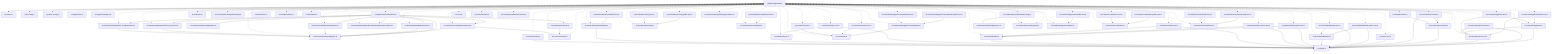
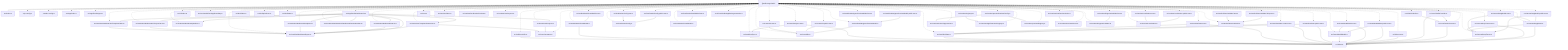
graph TD
  package__ankhorage_studio["@ankhorage/studio"]
  entrypoint_src_index_ts["src/index.ts"]
  package__ankhorage_studio --> entrypoint_src_index_ts
  module_knip_config_ts["knip.config.ts"]
  package__ankhorage_studio -.-> module_knip_config_ts
  module_paradox_config_ts["paradox.config.ts"]
  package__ankhorage_studio -.-> module_paradox_config_ts
  module_src_app_index_ts["src/app/index.ts"]
  package__ankhorage_studio -.-> module_src_app_index_ts
  module_src_app_StudioApp_tsx["src/app/StudioApp.tsx"]
  package__ankhorage_studio -.-> module_src_app_StudioApp_tsx
  module_src_app_StudioDashboard_tsx["src/app/StudioDashboard.tsx"]
  package__ankhorage_studio -.-> module_src_app_StudioDashboard_tsx
  module_src_app_StudioDashboard_tsx --> module_src_hooks_useProjects_ts
  module_src_app_StudioDashboard_tsx --> module_src_hooks_useTemplateSummaries_ts
  module_src_app_StudioDashboard_tsx --> module_src_modules_dashboard_platform_ts
  module_src_app_StudioDashboard_tsx --> module_src_modules_dashboard_search_ts
  module_src_app_StudioDashboard_tsx --> module_src_modules_dashboard_templates_ts
  module_src_app_StudioDashboard_tsx --> module_src_modules_dashboard_types_ts
  module_src_app_StudioDashboard_tsx --> module_src_modules_dashboard_ui_DashboardSectionHeader_tsx
  module_src_app_StudioDashboard_tsx --> module_src_modules_dashboard_ui_ProjectCard_tsx
  module_src_app_StudioDashboard_tsx --> module_src_modules_dashboard_ui_TemplateCard_tsx
  module_src_canvasDragModel_public_test_ts["src/canvasDragModel.public.test.ts"]
  package__ankhorage_studio -.-> module_src_canvasDragModel_public_test_ts
  module_src_canvasDragModel_public_test_ts --> module_src_canvasDragModel_ts
  module_src_canvasDragModel_public_test_ts --> module_src_canvasDropZones_ts
  module_src_canvasDragModel_test_ts["src/canvasDragModel.test.ts"]
  package__ankhorage_studio -.-> module_src_canvasDragModel_test_ts
  module_src_canvasDragModel_test_ts --> module_src_canvasDragModel_ts
  module_src_canvasDragModel_test_ts --> module_src_canvasDropZones_ts
  module_src_canvasDragModel_ts["src/canvasDragModel.ts"]
  package__ankhorage_studio -.-> module_src_canvasDragModel_ts
  module_src_canvasDragModel_ts --> module_src_canvasDropZones_ts
  module_src_canvasDragModel_ts --> module_src_index_ts
  module_src_canvasDropZones_test_ts["src/canvasDropZones.test.ts"]
  package__ankhorage_studio -.-> module_src_canvasDropZones_test_ts
  module_src_canvasDropZones_test_ts --> module_src_canvasDropZones_ts
  module_src_canvasDropZones_test_ts --> module_src_index_ts
  module_src_canvasDropZones_ts["src/canvasDropZones.ts"]
  package__ankhorage_studio -.-> module_src_canvasDropZones_ts
  module_src_canvasDropZones_ts --> module_src_index_ts
  module_src_cli_index_ts["src/cli/index.ts"]
  package__ankhorage_studio -.-> module_src_cli_index_ts
  module_src_core_constants_ts["src/core/constants.ts"]
  package__ankhorage_studio -.-> module_src_core_constants_ts
  module_src_core_StudioContext_ts["src/core/StudioContext.ts"]
  package__ankhorage_studio -.-> module_src_core_StudioContext_ts
  module_src_core_StudioContext_ts --> module_src_index_ts
  module_src_core_studioPackageBoundary_ts["src/core/studioPackageBoundary.ts"]
  package__ankhorage_studio -.-> module_src_core_studioPackageBoundary_ts
  module_src_core_StudioProvider_ts["src/core/StudioProvider.ts"]
  package__ankhorage_studio -.-> module_src_core_StudioProvider_ts
  module_src_core_StudioProvider_ts --> module_src_core_StudioContext_ts
  module_src_core_StudioProvider_ts --> module_src_index_ts
  module_src_dnd_index_ts["src/dnd/index.ts"]
  package__ankhorage_studio -.-> module_src_dnd_index_ts
  module_src_dnd_primitives_ts["src/dnd/primitives.ts"]
  package__ankhorage_studio -.-> module_src_dnd_primitives_ts
  module_src_dnd_state_ts["src/dnd/state.ts"]
  package__ankhorage_studio -.-> module_src_dnd_state_ts
  module_src_hooks_useProjects_ts["src/hooks/useProjects.ts"]
  package__ankhorage_studio -.-> module_src_hooks_useProjects_ts
  module_src_hooks_useProjects_ts --> module_src_core_constants_ts
  module_src_hooks_useTemplateSummaries_ts["src/hooks/useTemplateSummaries.ts"]
  package__ankhorage_studio -.-> module_src_hooks_useTemplateSummaries_ts
  module_src_hooks_useTemplateSummaries_ts --> module_src_core_constants_ts
  module_src_hooks_useTemplateSummaries_ts --> module_src_modules_dashboard_types_ts
  module_src_index_test_ts["src/index.test.ts"]
  package__ankhorage_studio -.-> module_src_index_test_ts
  module_src_index_test_ts --> module_src_index_ts
  module_src_index_ts["src/index.ts"]
  module_src_insertModalModel_public_test_ts["src/insertModalModel.public.test.ts"]
  package__ankhorage_studio -.-> module_src_insertModalModel_public_test_ts
  module_src_insertModalModel_public_test_ts --> module_src_index_ts
  module_src_insertModalModel_public_test_ts --> module_src_insertModalModel_ts
  module_src_insertModalModel_test_ts["src/insertModalModel.test.ts"]
  package__ankhorage_studio -.-> module_src_insertModalModel_test_ts
  module_src_insertModalModel_test_ts --> module_src_index_ts
  module_src_insertModalModel_test_ts --> module_src_insertModalModel_ts
  module_src_insertModalModel_ts["src/insertModalModel.ts"]
  package__ankhorage_studio -.-> module_src_insertModalModel_ts
  module_src_insertModalModel_ts --> module_src_index_ts
  module_src_localizationConfig_public_test_ts["src/localizationConfig.public.test.ts"]
  package__ankhorage_studio -.-> module_src_localizationConfig_public_test_ts
  module_src_localizationConfig_public_test_ts --> module_src_localizationConfig_ts
  module_src_localizationConfig_test_ts["src/localizationConfig.test.ts"]
  package__ankhorage_studio -.-> module_src_localizationConfig_test_ts
  module_src_localizationConfig_test_ts --> module_src_localizationConfig_ts
  module_src_localizationConfig_ts["src/localizationConfig.ts"]
  package__ankhorage_studio -.-> module_src_localizationConfig_ts
  module_src_localizationPanelModel_test_ts["src/localizationPanelModel.test.ts"]
  package__ankhorage_studio -.-> module_src_localizationPanelModel_test_ts
  module_src_localizationPanelModel_test_ts --> module_src_localizationPanelModel_ts
  module_src_localizationPanelModel_ts["src/localizationPanelModel.ts"]
  package__ankhorage_studio -.-> module_src_localizationPanelModel_ts
  module_src_manifestNavigatorPreviewModel_public_test_ts["src/manifestNavigatorPreviewModel.public.test.ts"]
  package__ankhorage_studio -.-> module_src_manifestNavigatorPreviewModel_public_test_ts
  module_src_manifestNavigatorPreviewModel_public_test_ts --> module_src_manifestNavigatorPreviewModel_ts
  module_src_manifestNavigatorPreviewModel_test_ts["src/manifestNavigatorPreviewModel.test.ts"]
  package__ankhorage_studio -.-> module_src_manifestNavigatorPreviewModel_test_ts
  module_src_manifestNavigatorPreviewModel_test_ts --> module_src_manifestNavigatorPreviewModel_ts
  module_src_manifestNavigatorPreviewModel_ts["src/manifestNavigatorPreviewModel.ts"]
  package__ankhorage_studio -.-> module_src_manifestNavigatorPreviewModel_ts
  module_src_manifestNavigatorPreviewModel_ts --> module_src_routeUtils_ts
  module_src_manifestState_public_test_ts["src/manifestState.public.test.ts"]
  package__ankhorage_studio -.-> module_src_manifestState_public_test_ts
  module_src_manifestState_public_test_ts --> module_src_index_ts
  module_src_manifestState_public_test_ts --> module_src_manifestState_ts
  module_src_manifestState_routes_test_ts["src/manifestState.routes.test.ts"]
  package__ankhorage_studio -.-> module_src_manifestState_routes_test_ts
  module_src_manifestState_routes_test_ts --> module_src_index_ts
  module_src_manifestState_routes_test_ts --> module_src_manifestState_ts
  module_src_manifestState_test_ts["src/manifestState.test.ts"]
  package__ankhorage_studio -.-> module_src_manifestState_test_ts
  module_src_manifestState_test_ts --> module_src_index_ts
  module_src_manifestState_test_ts --> module_src_manifestState_ts
  module_src_manifestState_ts["src/manifestState.ts"]
  package__ankhorage_studio -.-> module_src_manifestState_ts
  module_src_manifestState_ts --> module_src_index_ts
  module_src_manifestSync_test_ts["src/manifestSync.test.ts"]
  package__ankhorage_studio -.-> module_src_manifestSync_test_ts
  module_src_manifestSync_test_ts --> module_src_index_ts
  module_src_manifestSync_test_ts --> module_src_manifestSync_ts
  module_src_manifestSync_ts["src/manifestSync.ts"]
  package__ankhorage_studio -.-> module_src_manifestSync_ts
  module_src_manifestSync_ts --> module_src_index_ts
  module_src_modules_dashboard_platform_ts["src/modules/dashboard/platform.ts"]
  package__ankhorage_studio -.-> module_src_modules_dashboard_platform_ts
  module_src_modules_dashboard_search_ts["src/modules/dashboard/search.ts"]
  package__ankhorage_studio -.-> module_src_modules_dashboard_search_ts
  module_src_modules_dashboard_search_ts --> module_src_modules_dashboard_types_ts
  module_src_modules_dashboard_templates_ts["src/modules/dashboard/templates.ts"]
  package__ankhorage_studio -.-> module_src_modules_dashboard_templates_ts
  module_src_modules_dashboard_templates_ts --> module_src_modules_dashboard_types_ts
  module_src_modules_dashboard_types_ts["src/modules/dashboard/types.ts"]
  package__ankhorage_studio -.-> module_src_modules_dashboard_types_ts
  module_src_modules_dashboard_ui_DashboardSectionHeader_tsx["src/modules/dashboard/ui/DashboardSectionHeader.tsx"]
  package__ankhorage_studio -.-> module_src_modules_dashboard_ui_DashboardSectionHeader_tsx
  module_src_modules_dashboard_ui_ProjectCard_tsx["src/modules/dashboard/ui/ProjectCard.tsx"]
  package__ankhorage_studio -.-> module_src_modules_dashboard_ui_ProjectCard_tsx
  module_src_modules_dashboard_ui_ProjectCard_tsx --> module_src_modules_dashboard_types_ts
  module_src_modules_dashboard_ui_TemplateCard_tsx["src/modules/dashboard/ui/TemplateCard.tsx"]
  package__ankhorage_studio -.-> module_src_modules_dashboard_ui_TemplateCard_tsx
  module_src_modules_dashboard_ui_TemplateCard_tsx --> module_src_modules_dashboard_types_ts
  module_src_root_ts["src/root.ts"]
  package__ankhorage_studio -.-> module_src_root_ts
  module_src_routeUtils_public_test_ts["src/routeUtils.public.test.ts"]
  package__ankhorage_studio -.-> module_src_routeUtils_public_test_ts
  module_src_routeUtils_public_test_ts --> module_src_routeUtils_ts
  module_src_routeUtils_test_ts["src/routeUtils.test.ts"]
  package__ankhorage_studio -.-> module_src_routeUtils_test_ts
  module_src_routeUtils_test_ts --> module_src_routeUtils_ts
  module_src_routeUtils_ts["src/routeUtils.ts"]
  package__ankhorage_studio -.-> module_src_routeUtils_ts
  module_src_runtime_actionSuppression_ts["src/runtime/actionSuppression.ts"]
  package__ankhorage_studio -.-> module_src_runtime_actionSuppression_ts
+   module_src_runtime_appExtensionRegistry_ts["src/runtime/appExtensionRegistry.ts"]
+   package__ankhorage_studio -.-> module_src_runtime_appExtensionRegistry_ts
  module_src_runtime_index_ts["src/runtime/index.ts"]
  package__ankhorage_studio -.-> module_src_runtime_index_ts
  module_src_runtime_localizationPreview_ts["src/runtime/localizationPreview.ts"]
  package__ankhorage_studio -.-> module_src_runtime_localizationPreview_ts
+   module_src_runtime_overlay_test_ts["src/runtime/overlay.test.ts"]
+   package__ankhorage_studio -.-> module_src_runtime_overlay_test_ts
  module_src_runtime_previewRegistry_ts["src/runtime/previewRegistry.ts"]
  package__ankhorage_studio -.-> module_src_runtime_previewRegistry_ts
  module_src_runtime_previewRuntimeConfig_ts["src/runtime/previewRuntimeConfig.ts"]
  package__ankhorage_studio -.-> module_src_runtime_previewRuntimeConfig_ts
  module_src_runtime_previewRuntimeConfig_ts --> module_src_runtime_actionSuppression_ts
  module_src_runtime_previewRuntimeConfig_ts --> module_src_runtime_previewRegistry_ts
+   module_src_runtime_registry_tsx["src/runtime/registry.tsx"]
+   package__ankhorage_studio -.-> module_src_runtime_registry_tsx
+   module_src_runtime_registry_tsx --> module_src_runtime_appExtensionRegistry_ts
+   module_src_runtime_runtimeActions_ts["src/runtime/runtimeActions.ts"]
+   package__ankhorage_studio -.-> module_src_runtime_runtimeActions_ts
+   module_src_runtime_useRuntimeAction_ts["src/runtime/useRuntimeAction.ts"]
+   package__ankhorage_studio -.-> module_src_runtime_useRuntimeAction_ts
+   module_src_runtime_useRuntimeAction_ts --> module_src_runtime_runtimeActions_ts
  module_src_runtimeDiagnosticsModel_test_ts["src/runtimeDiagnosticsModel.test.ts"]
  package__ankhorage_studio -.-> module_src_runtimeDiagnosticsModel_test_ts
  module_src_runtimeDiagnosticsModel_test_ts --> module_src_runtimeDiagnosticsModel_ts
  module_src_runtimeDiagnosticsModel_ts["src/runtimeDiagnosticsModel.ts"]
  package__ankhorage_studio -.-> module_src_runtimeDiagnosticsModel_ts
  module_src_runtimeLocalization_public_test_ts["src/runtimeLocalization.public.test.ts"]
  package__ankhorage_studio -.-> module_src_runtimeLocalization_public_test_ts
  module_src_runtimeLocalization_public_test_ts --> module_src_runtimeLocalization_ts
  module_src_runtimeLocalization_test_ts["src/runtimeLocalization.test.ts"]
  package__ankhorage_studio -.-> module_src_runtimeLocalization_test_ts
  module_src_runtimeLocalization_test_ts --> module_src_runtimeLocalization_ts
  module_src_runtimeLocalization_ts["src/runtimeLocalization.ts"]
  package__ankhorage_studio -.-> module_src_runtimeLocalization_ts
  module_src_studioAdminRouteModel_test_ts["src/studioAdminRouteModel.test.ts"]
  package__ankhorage_studio -.-> module_src_studioAdminRouteModel_test_ts
  module_src_studioAdminRouteModel_test_ts --> module_src_studioAdminRouteModel_ts
  module_src_studioAdminRouteModel_ts["src/studioAdminRouteModel.ts"]
  package__ankhorage_studio -.-> module_src_studioAdminRouteModel_ts
  module_src_studioAdminRouteModel_ts --> module_src_index_ts
  module_src_studioSelectionModel_knip_test_ts["src/studioSelectionModel.knip.test.ts"]
  package__ankhorage_studio -.-> module_src_studioSelectionModel_knip_test_ts
  module_src_studioSelectionModel_knip_test_ts --> module_src_studioSelectionModel_ts
  module_src_studioSelectionModel_test_ts["src/studioSelectionModel.test.ts"]
  package__ankhorage_studio -.-> module_src_studioSelectionModel_test_ts
  module_src_studioSelectionModel_test_ts --> module_src_studioSelectionModel_ts
  module_src_studioSelectionModel_ts["src/studioSelectionModel.ts"]
  package__ankhorage_studio -.-> module_src_studioSelectionModel_ts
  module_src_ui_AnkhStudio_ts["src/ui/AnkhStudio.ts"]
  package__ankhorage_studio -.-> module_src_ui_AnkhStudio_ts
  module_src_ui_AnkhStudio_ts --> module_src_core_StudioContext_ts
  module_src_ui_useStudioAppBarAugmentation_ts["src/ui/useStudioAppBarAugmentation.ts"]
  package__ankhorage_studio -.-> module_src_ui_useStudioAppBarAugmentation_ts
  module_src_utils_treeUtils_ts["src/utils/treeUtils.ts"]
  package__ankhorage_studio -.-> module_src_utils_treeUtils_ts
  module_src_utils_treeUtils_ts --> module_src_index_ts
